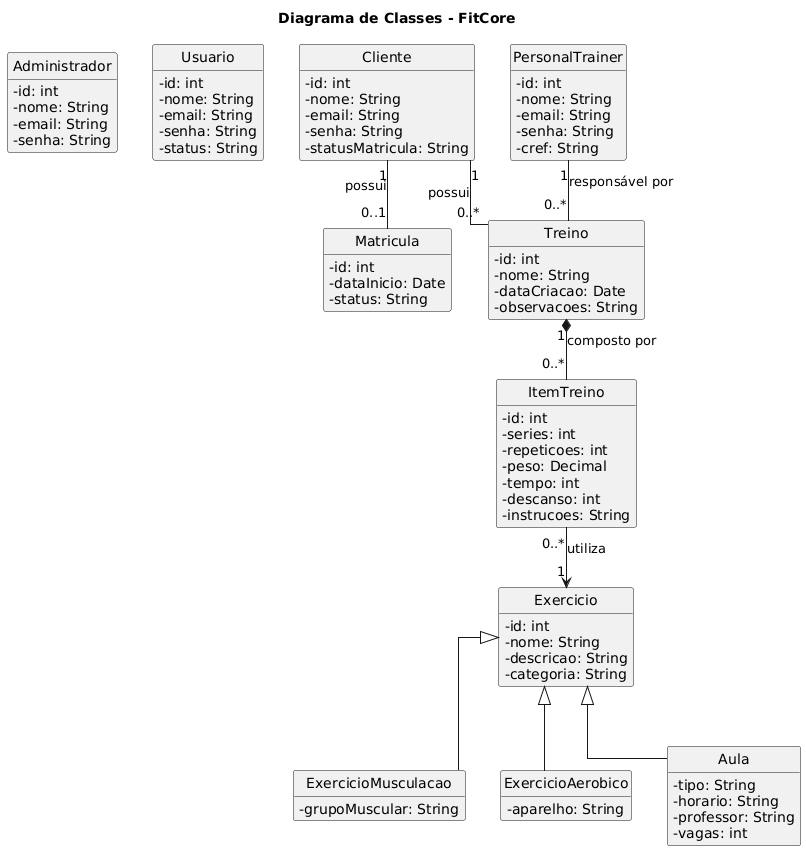
liahcolins/Sistema-Integrado-de-Academia keeps this PlantUML diagram as docs/diagramas/classes/diagrama de classes fitcore.png. Above is the earlier version. Its diagram source:
```plantuml
@startuml
title Diagrama de Classes - FitCore

skinparam shadowing false
skinparam classAttributeIconSize 0
skinparam linetype ortho

hide empty members
hide circle

class Administrador {
  - id: int
  - nome: String
  - email: String
  - senha: String
}

class Usuario {
  - id: int
  - nome: String
  - email: String
  - senha: String
  - status: String
}

class Cliente {
  - id: int
  - nome: String
  - email: String
  - senha: String
  - statusMatricula: String
}

class PersonalTrainer {
  - id: int
  - nome: String
  - email: String
  - senha: String
  - cref: String
}

class Matricula {
  - id: int
  - dataInicio: Date
  - status: String
}

class Treino {
  - id: int
  - nome: String
  - dataCriacao: Date
  - observacoes: String
}

class ItemTreino {
  - id: int
  - series: int
  - repeticoes: int
  - peso: Decimal
  - tempo: int
  - descanso: int
  - instrucoes: String
}

class Exercicio {
  - id: int
  - nome: String
  - descricao: String
  - categoria: String
}

class ExercicioMusculacao {
  - grupoMuscular: String
}

class ExercicioAerobico {
  - aparelho: String
}

class Aula {
  - tipo: String
  - horario: String
  - professor: String
  - vagas: int
}

Cliente "1" -- "0..1" Matricula : possui

Cliente "1" -- "0..*" Treino : possui
PersonalTrainer "1" -- "0..*" Treino : responsável por

Treino "1" *-- "0..*" ItemTreino : composto por
ItemTreino "0..*" --> "1" Exercicio : utiliza

Exercicio <|-- ExercicioMusculacao
Exercicio <|-- ExercicioAerobico
Exercicio <|-- Aula
@enduml
```
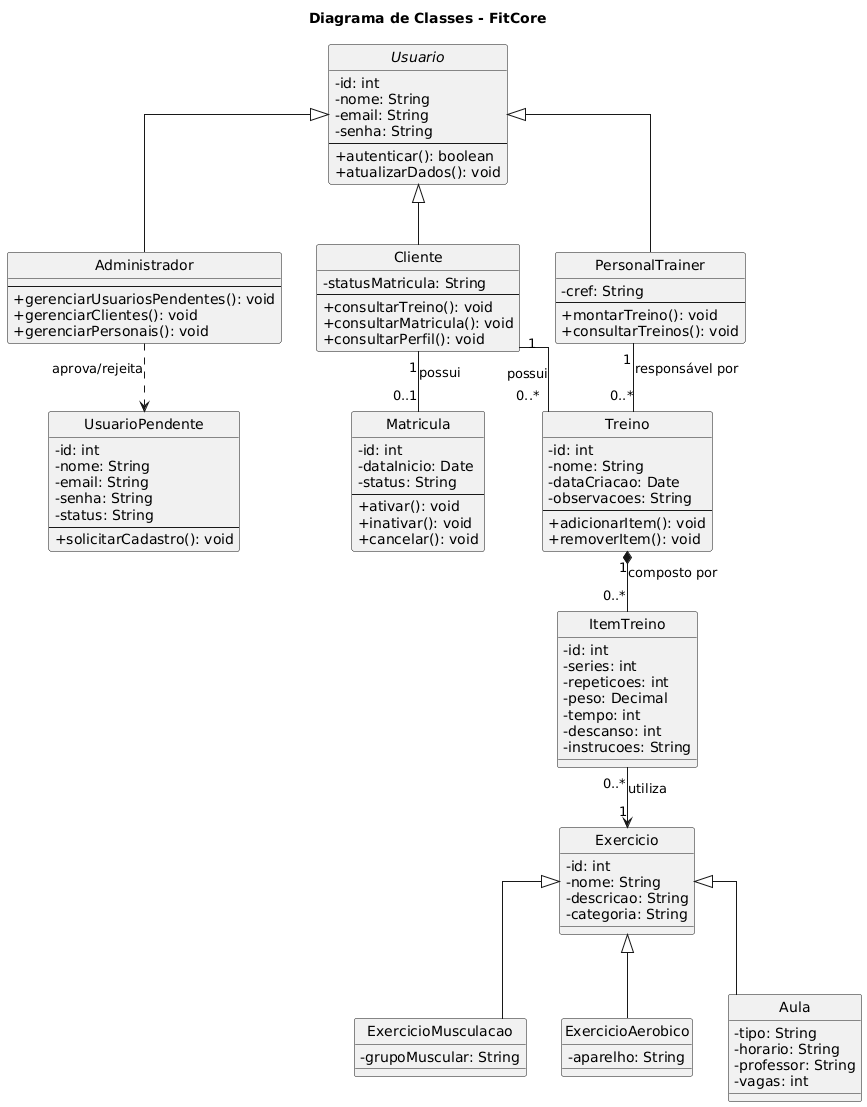
The same file after the commit.

Commit message:
docs: atualizar diagramas UML do FitCore

Diff of the diagram source:
```diff
@@ -5,44 +5,58 @@
 skinparam classAttributeIconSize 0
 skinparam linetype ortho
 
-hide empty members
 hide circle
 
-class Administrador {
+abstract class Usuario {
   - id: int
   - nome: String
   - email: String
   - senha: String
+  --
+  + autenticar(): boolean
+  + atualizarDados(): void
 }
 
-class Usuario {
+class Administrador {
+  --
+  + gerenciarUsuariosPendentes(): void
+  + gerenciarClientes(): void
+  + gerenciarPersonais(): void
+}
+
+class Cliente {
+  - statusMatricula: String
+  --
+  + consultarTreino(): void
+  + consultarMatricula(): void
+  + consultarPerfil(): void
+}
+
+class PersonalTrainer {
+  - cref: String
+  --
+  + montarTreino(): void
+  + consultarTreinos(): void
+}
+
+class UsuarioPendente {
   - id: int
   - nome: String
   - email: String
   - senha: String
   - status: String
-}
-
-class Cliente {
-  - id: int
-  - nome: String
-  - email: String
-  - senha: String
-  - statusMatricula: String
-}
-
-class PersonalTrainer {
-  - id: int
-  - nome: String
-  - email: String
-  - senha: String
-  - cref: String
+  --
+  + solicitarCadastro(): void
 }
 
 class Matricula {
   - id: int
   - dataInicio: Date
   - status: String
+  --
+  + ativar(): void
+  + inativar(): void
+  + cancelar(): void
 }
 
 class Treino {
@@ -50,6 +64,9 @@
   - nome: String
   - dataCriacao: Date
   - observacoes: String
+  --
+  + adicionarItem(): void
+  + removerItem(): void
 }
 
 class ItemTreino {
@@ -84,8 +101,13 @@
   - vagas: int
 }
 
+Usuario <|-- Administrador
+Usuario <|-- Cliente
+Usuario <|-- PersonalTrainer
+
+Administrador ..> UsuarioPendente : aprova/rejeita
+
 Cliente "1" -- "0..1" Matricula : possui
-
 Cliente "1" -- "0..*" Treino : possui
 PersonalTrainer "1" -- "0..*" Treino : responsável por
 
```
